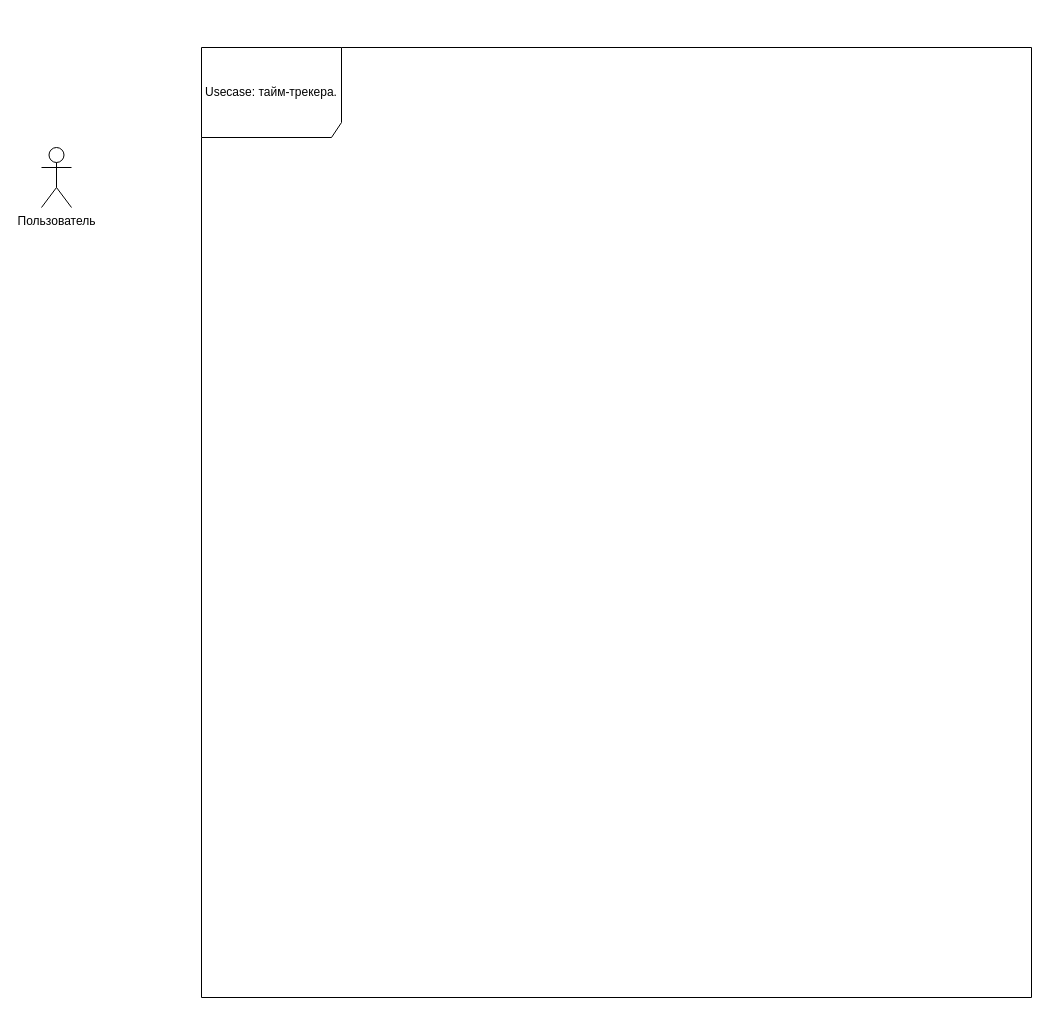
hard-gainer/UML keeps this draw.io diagram as Диаграмма без названия.drawio. Above is the earlier version. Source tidied: cells renumbered, new cells numbered last; positions are measured from the earlier drawing's top-left corner, leaving out a move shared by most shapes. Both pictures are drawn from the tidied source at 100%, with x=0, y=0 at pixel (41, 47).
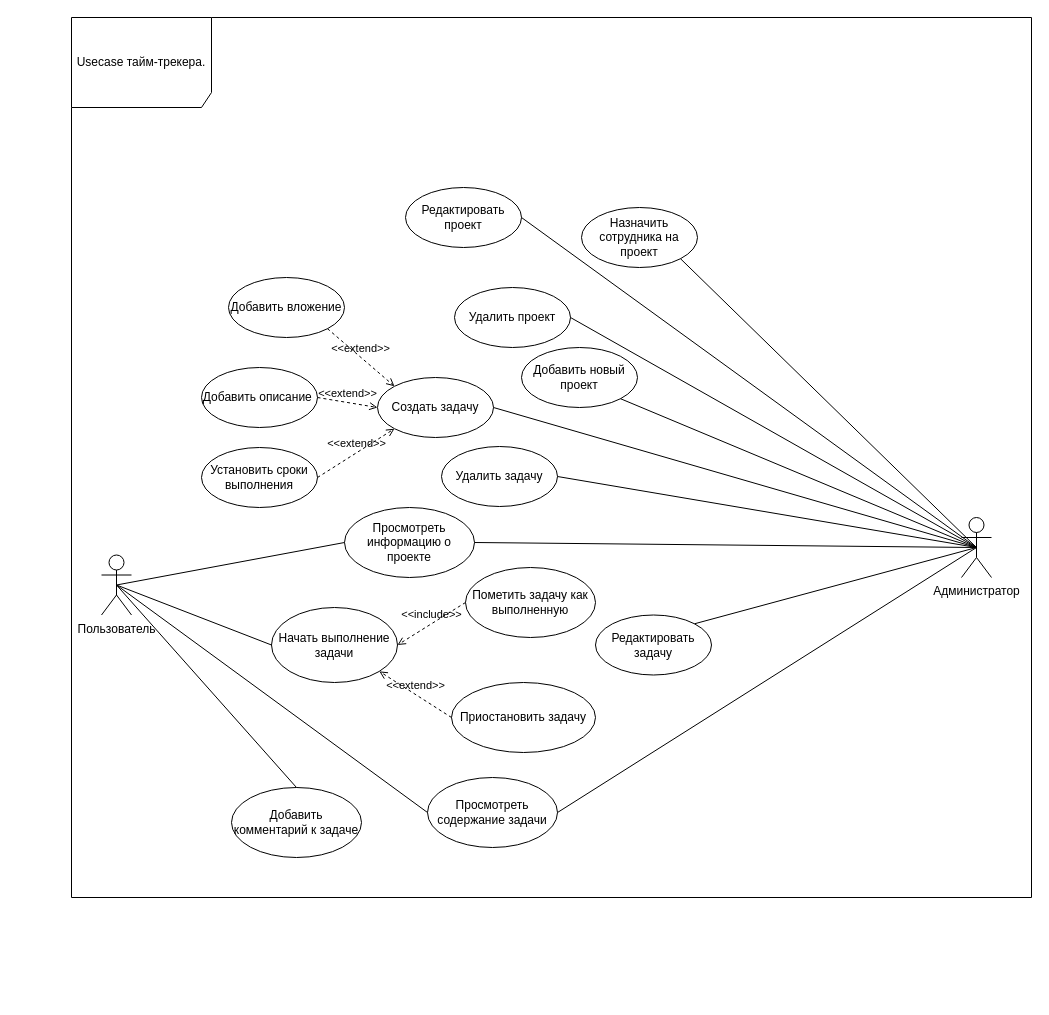
Above is the later version.

The edit, as a diff of the source:
```diff
@@
     <mxCell id="2" value="Пользователь" style="shape=umlActor;verticalLabelPosition=bottom;verticalAlign=top;html=1;outlineConnect=0;labelPosition=center;align=center;" parent="1" vertex="1">
-      <mxGeometry y="100" width="30" height="60" as="geometry" />
+      <mxGeometry x="60" y="507.5" width="30" height="60" as="geometry" />
     </mxCell>
-    <mxCell id="3" value="Usecase: тайм-трекера." style="shape=umlFrame;whiteSpace=wrap;html=1;width=140;height=90;" parent="1" vertex="1">
-      <mxGeometry x="160" width="830" height="950" as="geometry" />
+    <mxCell id="3" value="Usecase тайм-трекера." style="shape=umlFrame;whiteSpace=wrap;html=1;width=140;height=90;" parent="1" vertex="1">
+      <mxGeometry x="30" y="-30" width="960" height="880" as="geometry" />
     </mxCell>
+    <mxCell id="4" value="Назначить сотрудника на проект" style="ellipse;whiteSpace=wrap;html=1;" parent="1" vertex="1">
+      <mxGeometry x="540" y="160" width="116" height="60" as="geometry" />
+    </mxCell>
+    <mxCell id="5" value="Добавить новый проект" style="ellipse;whiteSpace=wrap;html=1;" parent="1" vertex="1">
+      <mxGeometry x="480" y="300" width="116" height="60" as="geometry" />
+    </mxCell>
+    <mxCell id="6" value="Редактировать проект" style="ellipse;whiteSpace=wrap;html=1;" parent="1" vertex="1">
+      <mxGeometry x="364" y="140" width="116" height="60" as="geometry" />
+    </mxCell>
+    <mxCell id="7" value="Администратор" style="shape=umlActor;verticalLabelPosition=bottom;verticalAlign=top;html=1;outlineConnect=0;labelPosition=center;align=center;" parent="1" vertex="1">
+      <mxGeometry x="920" y="470" width="30" height="60" as="geometry" />
+    </mxCell>
+    <mxCell id="8" value="Созда&lt;span style=&quot;background-color: initial;&quot;&gt;ть задачу&lt;/span&gt;" style="ellipse;whiteSpace=wrap;html=1;" parent="1" vertex="1">
+      <mxGeometry x="336" y="330" width="116" height="60" as="geometry" />
+    </mxCell>
+    <mxCell id="9" style="endArrow=none;html=1;rounded=0;exitX=0.5;exitY=0.5;exitDx=0;exitDy=0;exitPerimeter=0;entryX=1;entryY=0.5;entryDx=0;entryDy=0;" parent="1" edge="1" source="7" target="6">
+      <mxGeometry relative="1" as="geometry" />
+    </mxCell>
+    <mxCell id="10" style="endArrow=none;html=1;rounded=0;exitX=0.5;exitY=0.5;exitDx=0;exitDy=0;exitPerimeter=0;entryX=1;entryY=1;entryDx=0;entryDy=0;" parent="1" edge="1" source="7" target="5">
+      <mxGeometry relative="1" as="geometry" />
+    </mxCell>
+    <mxCell id="11" style="endArrow=none;html=1;rounded=0;exitX=0.5;exitY=0.5;exitDx=0;exitDy=0;exitPerimeter=0;entryX=1;entryY=0.5;entryDx=0;entryDy=0;" parent="1" edge="1" source="7" target="8">
+      <mxGeometry relative="1" as="geometry" />
+    </mxCell>
+    <mxCell id="12" value="Редактировать задачу" style="ellipse;whiteSpace=wrap;html=1;" parent="1" vertex="1">
+      <mxGeometry x="554" y="567.5" width="116" height="60" as="geometry" />
+    </mxCell>
+    <mxCell id="13" value="Удалить задачу" style="ellipse;whiteSpace=wrap;html=1;" parent="1" vertex="1">
+      <mxGeometry x="400" y="399" width="116" height="60" as="geometry" />
+    </mxCell>
+    <mxCell id="14" value="Пометить задачу как выполненную" style="ellipse;whiteSpace=wrap;html=1;" parent="1" vertex="1">
+      <mxGeometry x="424" y="520" width="130" height="70" as="geometry" />
+    </mxCell>
+    <mxCell id="15" value="Приостановить задачу" style="ellipse;whiteSpace=wrap;html=1;" parent="1" vertex="1">
+      <mxGeometry x="410" y="635" width="144" height="70" as="geometry" />
+    </mxCell>
+    <mxCell id="16" value="Начать выполнение задачи" style="ellipse;whiteSpace=wrap;html=1;" parent="1" vertex="1">
+      <mxGeometry x="230" y="560" width="126" height="75" as="geometry" />
+    </mxCell>
+    <mxCell id="17" value="Просмотреть содержание задачи" style="ellipse;whiteSpace=wrap;html=1;" parent="1" vertex="1">
+      <mxGeometry x="386" y="730" width="130" height="70" as="geometry" />
+    </mxCell>
+    <mxCell id="18" style="endArrow=none;html=1;rounded=0;exitX=0.5;exitY=0.5;exitDx=0;exitDy=0;exitPerimeter=0;entryX=0;entryY=0.5;entryDx=0;entryDy=0;" parent="1" edge="1" source="2" target="17">
+      <mxGeometry relative="1" as="geometry" />
+    </mxCell>
+    <mxCell id="19" style="endArrow=none;html=1;rounded=0;exitX=0.5;exitY=0.5;exitDx=0;exitDy=0;exitPerimeter=0;entryX=0;entryY=0.5;entryDx=0;entryDy=0;" parent="1" edge="1" source="2" target="16">
+      <mxGeometry relative="1" as="geometry" />
+    </mxCell>
+    <mxCell id="20" value="Просмотреть информацию о проекте" style="ellipse;whiteSpace=wrap;html=1;" parent="1" vertex="1">
+      <mxGeometry x="303" y="460" width="130" height="70" as="geometry" />
+    </mxCell>
+    <mxCell id="21" style="endArrow=none;html=1;rounded=0;exitX=0.5;exitY=0.5;exitDx=0;exitDy=0;exitPerimeter=0;entryX=1;entryY=0.5;entryDx=0;entryDy=0;" parent="1" edge="1" source="7" target="20">
+      <mxGeometry relative="1" as="geometry" />
+    </mxCell>
+    <mxCell id="22" value="&amp;lt;&amp;lt;include&amp;gt;&amp;gt;" style="html=1;verticalAlign=bottom;labelBackgroundColor=none;endArrow=open;endFill=0;dashed=1;rounded=0;exitX=0;exitY=0.5;exitDx=0;exitDy=0;entryX=1;entryY=0.5;entryDx=0;entryDy=0;" parent="1" edge="1" source="14" target="16">
+      <mxGeometry relative="1" as="geometry" />
+    </mxCell>
+    <mxCell id="23" value="&amp;lt;&amp;lt;extend&amp;gt;&amp;gt;" style="html=1;verticalAlign=bottom;labelBackgroundColor=none;endArrow=open;endFill=0;dashed=1;rounded=0;exitX=0;exitY=0.5;exitDx=0;exitDy=0;entryX=1;entryY=1;entryDx=0;entryDy=0;" parent="1" edge="1" source="15" target="16">
+      <mxGeometry relative="1" as="geometry" />
+    </mxCell>
+    <mxCell id="24" style="endArrow=none;html=1;rounded=0;exitX=0.5;exitY=0.5;exitDx=0;exitDy=0;exitPerimeter=0;entryX=1;entryY=1;entryDx=0;entryDy=0;" parent="1" edge="1" source="7" target="4">
+      <mxGeometry relative="1" as="geometry" />
+    </mxCell>
+    <mxCell id="25" value="Удалить проект" style="ellipse;whiteSpace=wrap;html=1;" parent="1" vertex="1">
+      <mxGeometry x="413" y="240" width="116" height="60" as="geometry" />
+    </mxCell>
+    <mxCell id="26" style="endArrow=none;html=1;rounded=0;exitX=0.5;exitY=0.5;exitDx=0;exitDy=0;exitPerimeter=0;entryX=1;entryY=0.5;entryDx=0;entryDy=0;" parent="1" edge="1" source="7" target="25">
+      <mxGeometry relative="1" as="geometry" />
+    </mxCell>
+    <mxCell id="27" style="endArrow=none;html=1;rounded=0;exitX=0.5;exitY=0.5;exitDx=0;exitDy=0;exitPerimeter=0;entryX=0;entryY=0.5;entryDx=0;entryDy=0;" parent="1" edge="1" source="2" target="20">
+      <mxGeometry relative="1" as="geometry" />
+    </mxCell>
+    <mxCell id="28" style="endArrow=none;html=1;rounded=0;exitX=0.5;exitY=0.5;exitDx=0;exitDy=0;exitPerimeter=0;entryX=1;entryY=0.5;entryDx=0;entryDy=0;" parent="1" edge="1" source="7" target="17">
+      <mxGeometry relative="1" as="geometry" />
+    </mxCell>
+    <mxCell id="29" style="endArrow=none;html=1;rounded=0;exitX=0.5;exitY=0.5;exitDx=0;exitDy=0;exitPerimeter=0;entryX=1;entryY=0.5;entryDx=0;entryDy=0;" parent="1" edge="1" source="7" target="13">
+      <mxGeometry relative="1" as="geometry" />
+    </mxCell>
+    <mxCell id="30" style="endArrow=none;html=1;rounded=0;exitX=0.5;exitY=0.5;exitDx=0;exitDy=0;exitPerimeter=0;entryX=1;entryY=0;entryDx=0;entryDy=0;" parent="1" edge="1" source="7" target="12">
+      <mxGeometry relative="1" as="geometry" />
+    </mxCell>
+    <mxCell id="31" value="Добавить комментарий к задаче" style="ellipse;whiteSpace=wrap;html=1;" parent="1" vertex="1">
+      <mxGeometry x="190" y="740" width="130" height="70" as="geometry" />
+    </mxCell>
+    <mxCell id="32" style="endArrow=none;html=1;rounded=0;exitX=0.5;exitY=0.5;exitDx=0;exitDy=0;exitPerimeter=0;entryX=0.5;entryY=0;entryDx=0;entryDy=0;" parent="1" edge="1" source="2" target="31">
+      <mxGeometry relative="1" as="geometry" />
+    </mxCell>
+    <mxCell id="33" value="Добавить вложение" style="ellipse;whiteSpace=wrap;html=1;" parent="1" vertex="1">
+      <mxGeometry x="187" y="230" width="116" height="60" as="geometry" />
+    </mxCell>
+    <mxCell id="34" value="Добавить описание&amp;nbsp;" style="ellipse;whiteSpace=wrap;html=1;" parent="1" vertex="1">
+      <mxGeometry x="160" y="320" width="116" height="60" as="geometry" />
+    </mxCell>
+    <mxCell id="35" value="&amp;lt;&amp;lt;extend&amp;gt;&amp;gt;" style="html=1;verticalAlign=bottom;labelBackgroundColor=none;endArrow=open;endFill=0;dashed=1;rounded=0;exitX=1;exitY=1;exitDx=0;exitDy=0;entryX=0;entryY=0;entryDx=0;entryDy=0;" parent="1" edge="1" source="33" target="8">
+      <mxGeometry relative="1" as="geometry" />
+    </mxCell>
+    <mxCell id="36" value="&amp;lt;&amp;lt;extend&amp;gt;&amp;gt;" style="html=1;verticalAlign=bottom;labelBackgroundColor=none;endArrow=open;endFill=0;dashed=1;rounded=0;exitX=1;exitY=0.5;exitDx=0;exitDy=0;entryX=0;entryY=0.5;entryDx=0;entryDy=0;" parent="1" edge="1" source="34" target="8">
+      <mxGeometry relative="1" as="geometry" />
+    </mxCell>
+    <mxCell id="37" value="Установить сроки выполнения" style="ellipse;whiteSpace=wrap;html=1;" parent="1" vertex="1">
+      <mxGeometry x="160" y="400" width="116" height="60" as="geometry" />
+    </mxCell>
+    <mxCell id="38" value="&amp;lt;&amp;lt;extend&amp;gt;&amp;gt;" style="html=1;verticalAlign=bottom;labelBackgroundColor=none;endArrow=open;endFill=0;dashed=1;rounded=0;exitX=1;exitY=0.5;exitDx=0;exitDy=0;entryX=0;entryY=1;entryDx=0;entryDy=0;" parent="1" edge="1" source="37" target="8">
+      <mxGeometry relative="1" as="geometry" />
+    </mxCell>
```
